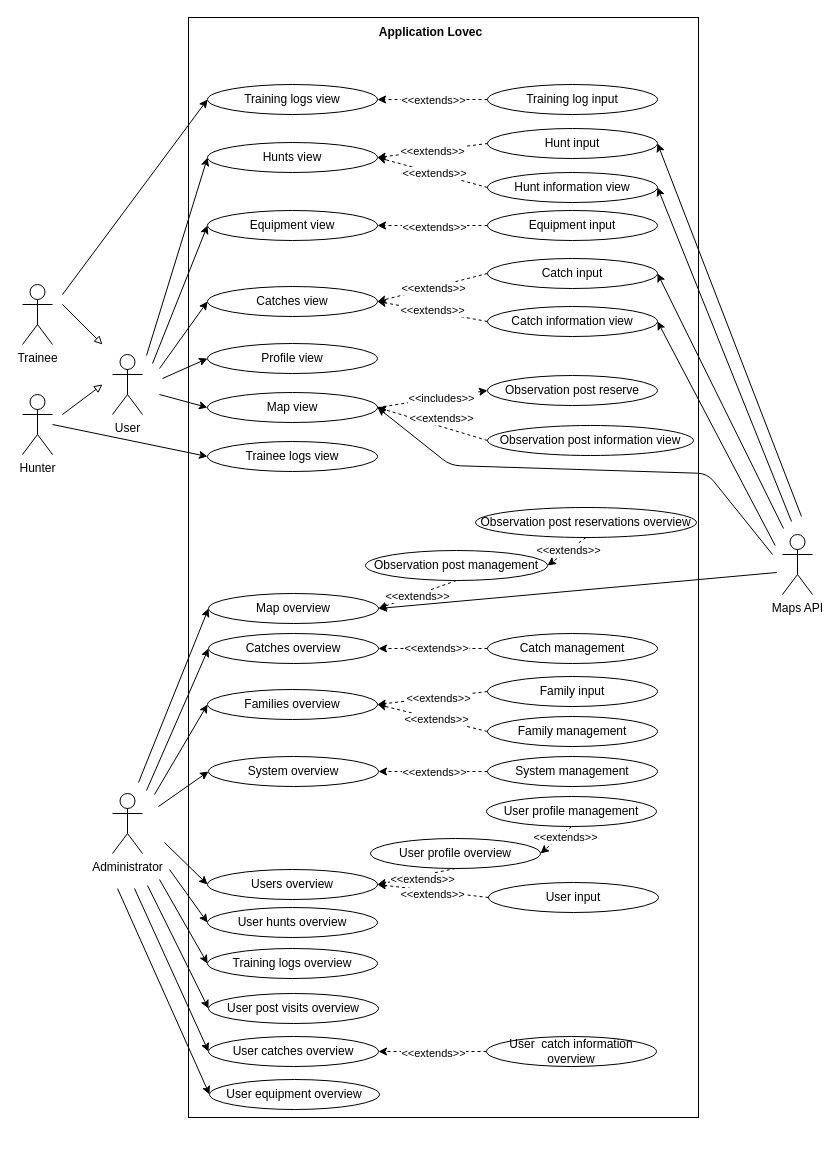
Earlier version of the draw.io diagram docs/uml/dpu-en.drawio (janmerhar/lovec). Source tidied: cells renumbered, new cells numbered last; positions are measured from the earlier drawing's top-left corner, leaving out a move shared by most shapes. Both pictures are drawn from the tidied source at 100%, with x=0, y=0 at pixel (22, 17).
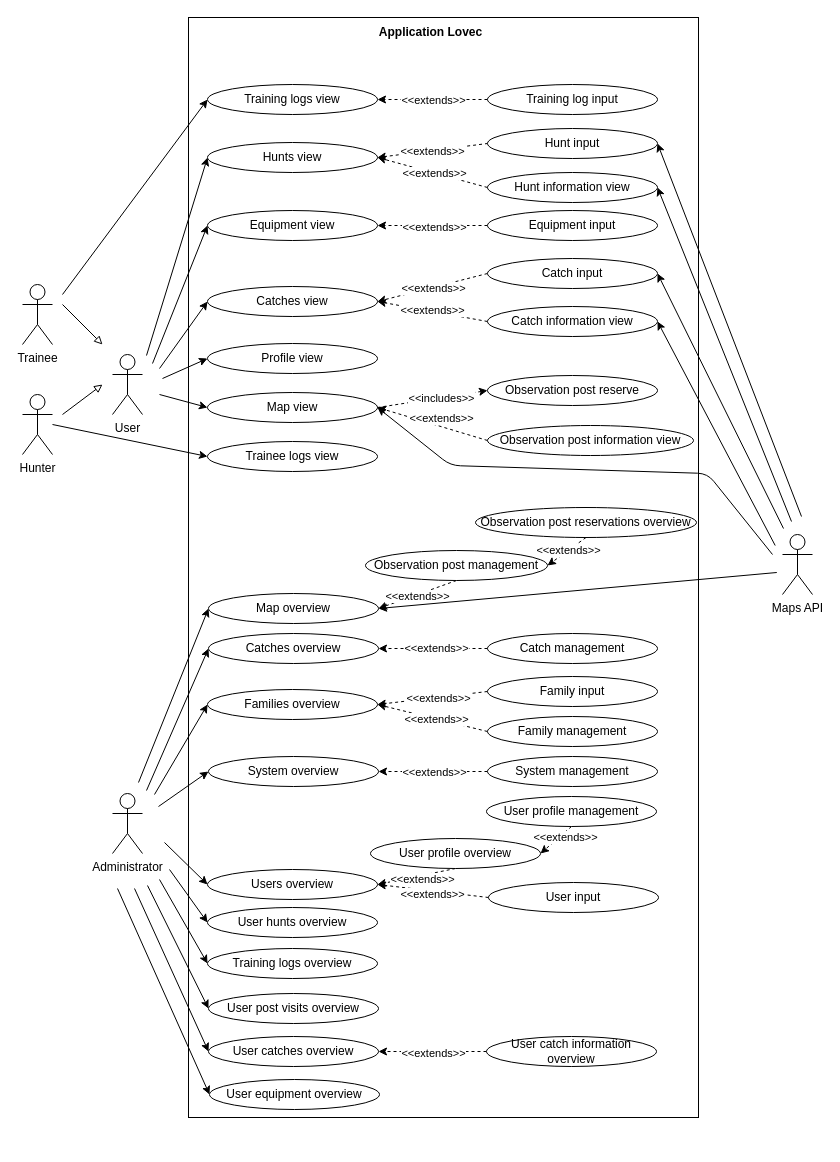
The same diagram, later.

Unchanged cells that the change refers to:
```xml
<mxCell id="9" style="group;" parent="1" vertex="1">
  <mxGeometry x="165" y="27" width="517" height="1100" as="geometry" />
</mxCell>
```

Change to the diagram source:
```diff
@@
-    <mxCell id="81" value="User&amp;nbsp; catch information overview" style="ellipse;whiteSpace=wrap;html=1;" parent="9" vertex="1">
+    <mxCell id="81" value="User catch information overview" style="ellipse;whiteSpace=wrap;html=1;" parent="9" vertex="1">
       <mxGeometry x="299" y="992" width="170" height="30" as="geometry" />
     </mxCell>
```
